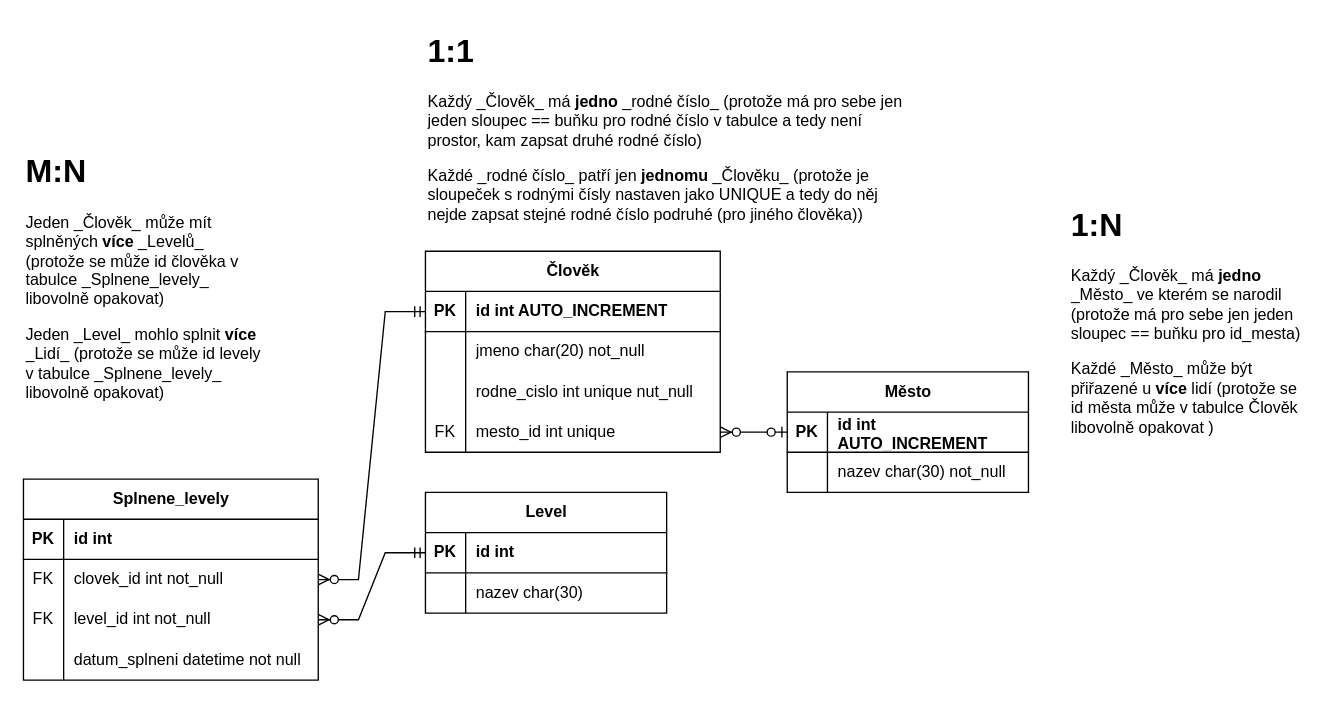
Earlier version of the draw.io diagram 2022_EPA/Databaze/2022_EPA_Projekt.drawio (JaroslavHolecek/SPS_for_students). Source tidied: cells renumbered, new cells numbered last; positions are measured from the earlier drawing's top-left corner, leaving out a move shared by most shapes. Both pictures are drawn from the tidied source at 134%, with x=0, y=0 at pixel (-84, 23).
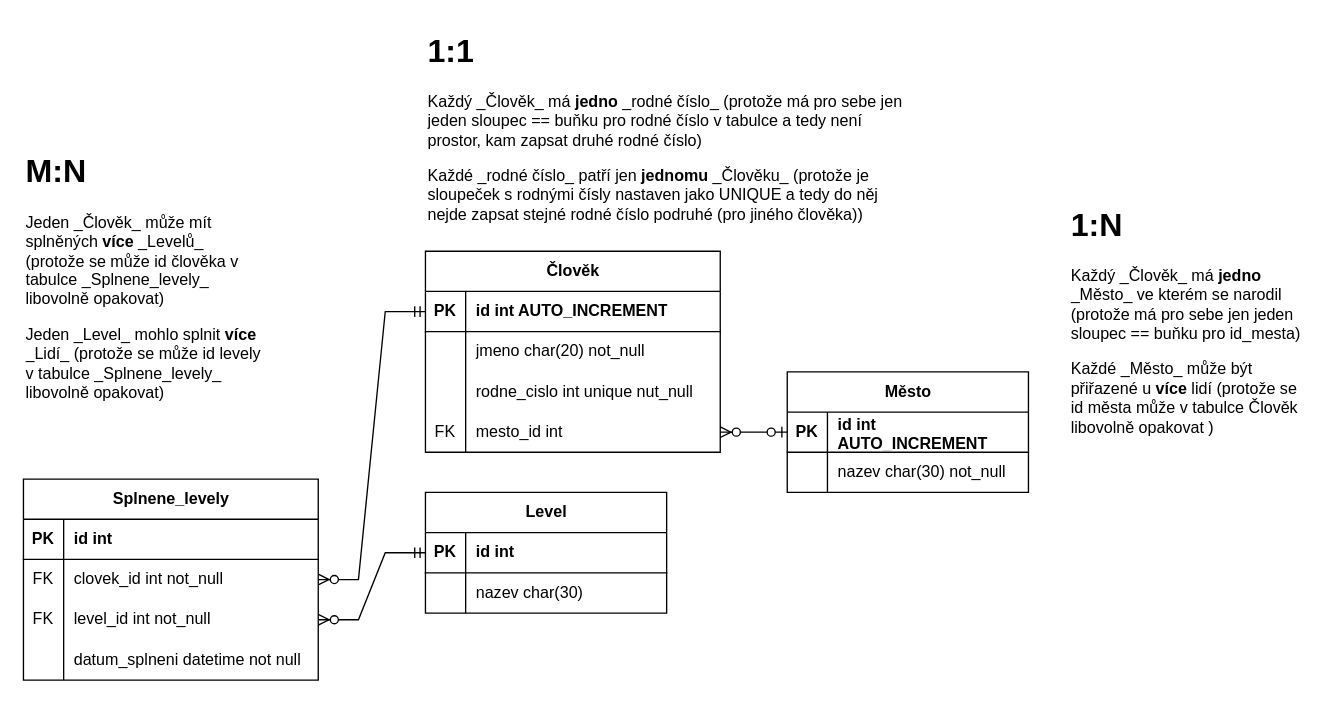
The same page after the edit.

Unchanged cells that the change refers to:
```xml
<mxCell id="12" style="shape=tableRow;horizontal=0;startSize=0;swimlaneHead=0;swimlaneBody=0;fillColor=none;points=[[0,0.5],[1,0.5]];portConstraint=eastwest;top=0;left=0;right=0;bottom=0;" parent="2" vertex="1">
  <mxGeometry y="120" width="220" height="30" as="geometry" />
</mxCell>
```

Diff of the diagram source:
```diff
@@
-    <mxCell id="14" value="mesto_id int unique" style="shape=partialRectangle;fillColor=none;top=0;left=0;bottom=0;right=0;align=left;spacingLeft=6;overflow=hidden;whiteSpace=wrap;html=1;" parent="12" vertex="1">
+    <mxCell id="14" value="mesto_id int" style="shape=partialRectangle;fillColor=none;top=0;left=0;bottom=0;right=0;align=left;spacingLeft=6;overflow=hidden;whiteSpace=wrap;html=1;" parent="12" vertex="1">
       <mxGeometry x="30" width="190" height="30" as="geometry" />
     </mxCell>
```
